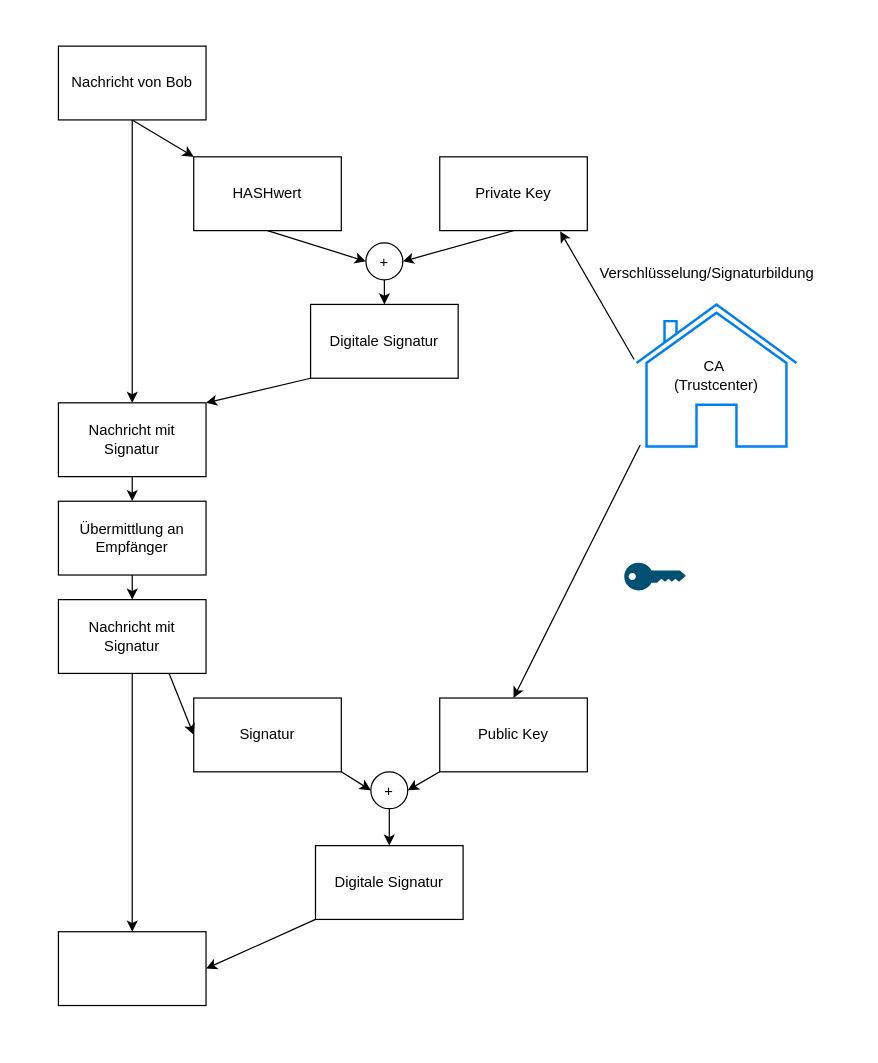
Above: data/entries/images/PKIAblauf.drawio in Semoxea/semoxea.github.io (draw.io), before the change. Source tidied: cells renumbered, new cells numbered last; positions are measured from the earlier drawing's top-left corner, leaving out a move shared by most shapes. Both pictures are drawn from the tidied source at 123%, with x=0, y=0 at pixel (21, 21).
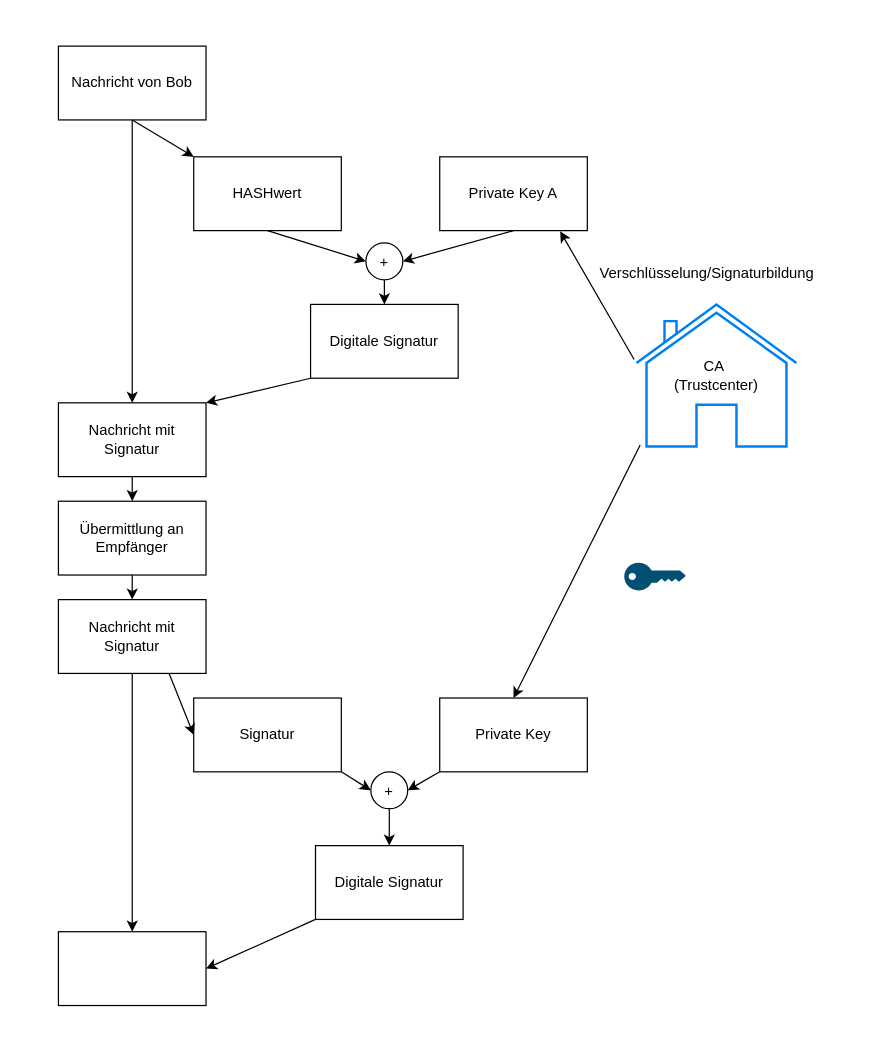
Above is the later version.

The edit, as a diff of the source:
```diff
@@
-    <mxCell id="15" value="Public Key" style="rounded=0;whiteSpace=wrap;html=1;" parent="1" vertex="1">
+    <mxCell id="15" value="Private Key" style="rounded=0;whiteSpace=wrap;html=1;" parent="1" vertex="1">
       <mxGeometry x="340" y="550" width="120" height="60" as="geometry" />
     </mxCell>
@@
-    <mxCell id="25" value="Private Key" style="rounded=0;whiteSpace=wrap;html=1;" parent="1" vertex="1">
+    <mxCell id="25" value="Private Key A" style="rounded=0;whiteSpace=wrap;html=1;" parent="1" vertex="1">
       <mxGeometry x="340" y="110" width="120" height="60" as="geometry" />
     </mxCell>
```
